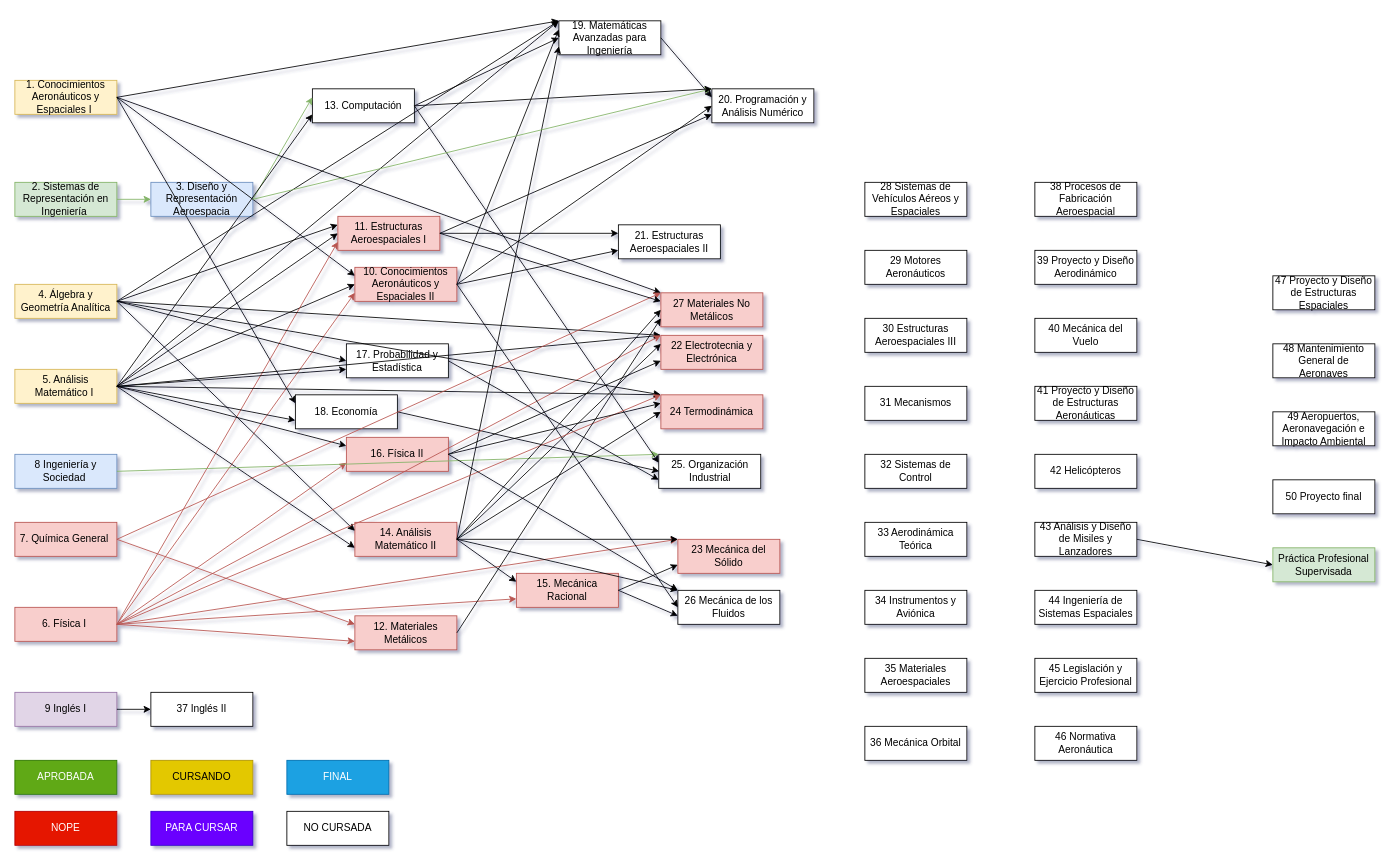
Above: Untitled Diagram.drawio in Estebanp2005/correlativasAeroUTN (draw.io), before the change. Source tidied: cells renumbered, new cells numbered last; positions are measured from the earlier drawing's top-left corner, leaving out a move shared by most shapes. Both pictures are drawn from the tidied source at 85%, with x=0, y=0 at pixel (14, 20).
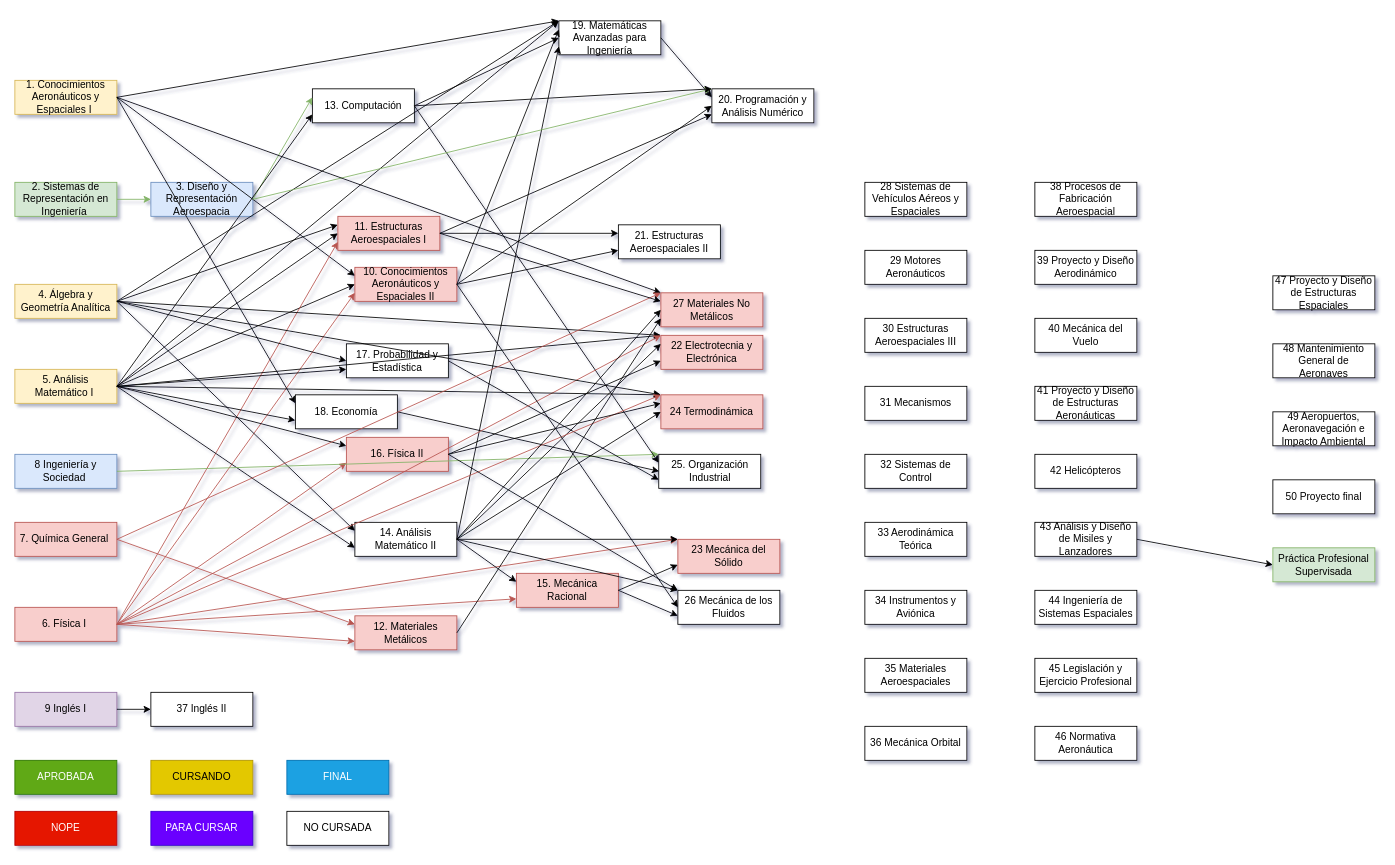
The same page after the edit.

Diff of the diagram source:
```diff
@@
-    <mxCell id="22" value="14. Análisis Matemático II " style="rounded=0;whiteSpace=wrap;html=1;fillColor=#f8cecc;strokeColor=#b85450;" parent="1" vertex="1">
+    <mxCell id="22" value="14. Análisis Matemático II " style="rounded=0;whiteSpace=wrap;html=1;" parent="1" vertex="1">
       <mxGeometry x="400" y="590" width="120" height="40" as="geometry" />
     </mxCell>
```
